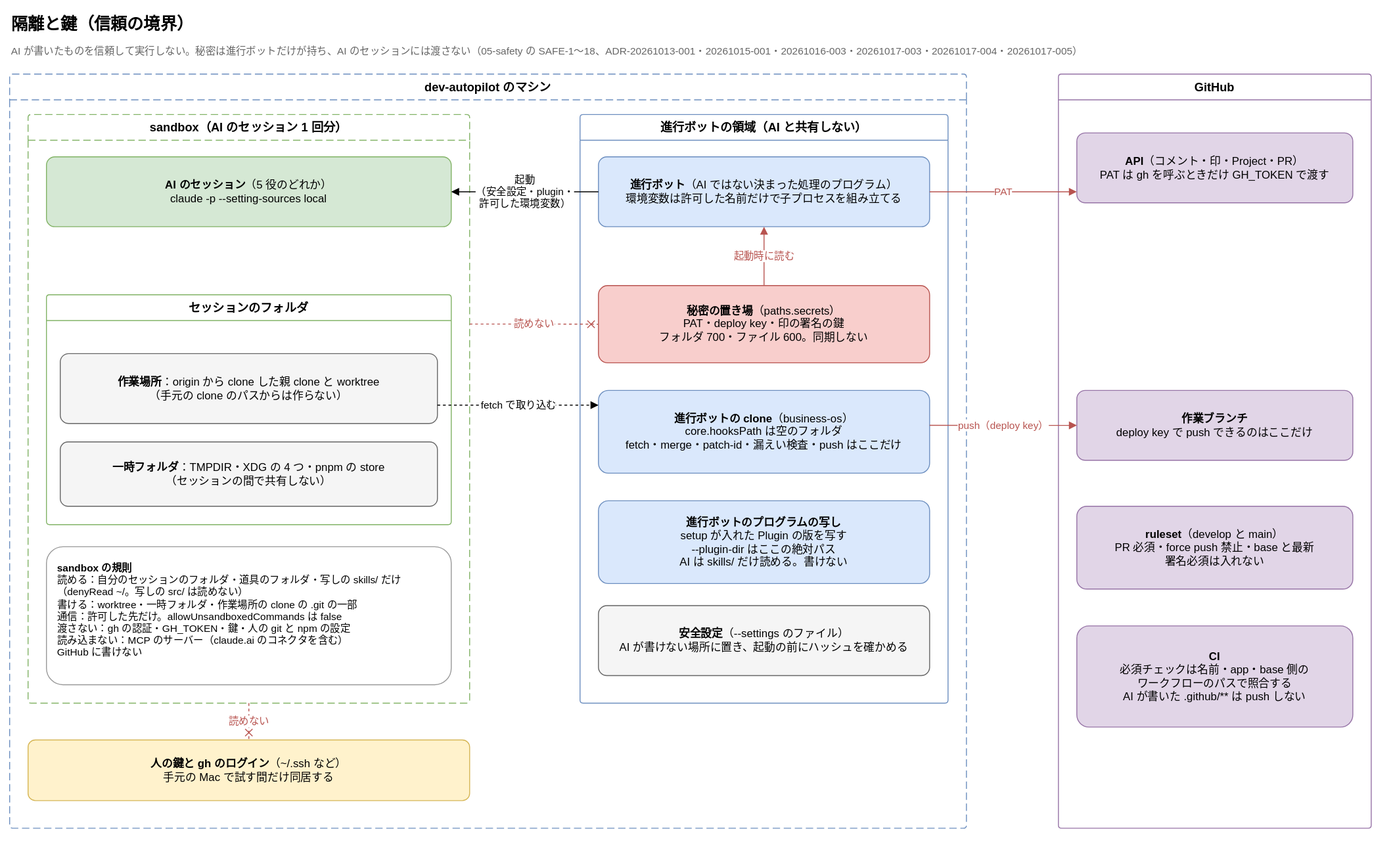
Above: docs/diagrams/isolation-and-keys.drawio.svg in Joymerrevent/dev-autopilot (draw.io), before the change. Source tidied: cells renumbered, new cells last; positions are measured from the earlier drawing's top-left corner, leaving out a move shared by most shapes.
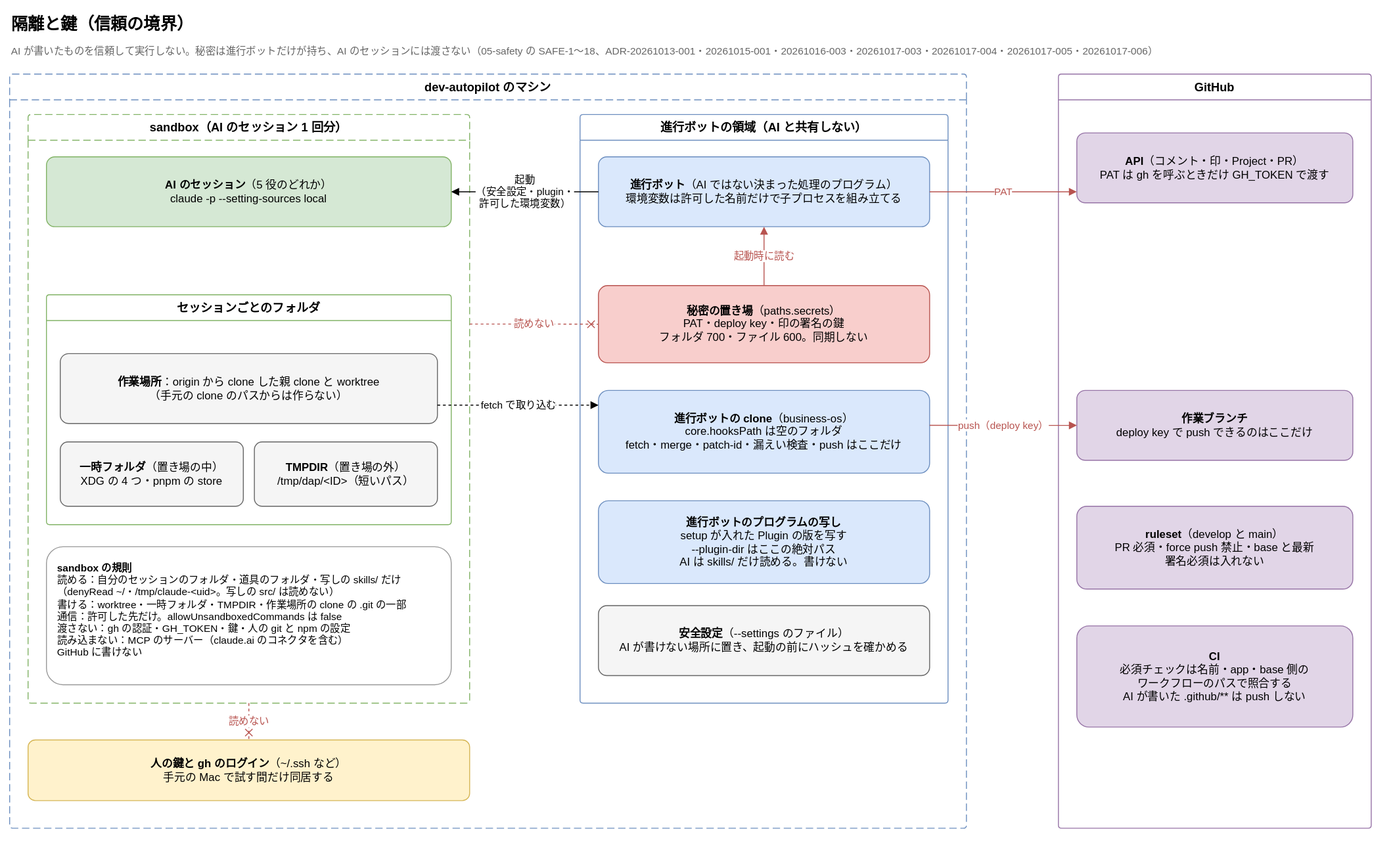
The same diagram one commit later.

Commit message:
docs: 隔離と鍵の図の一時フォルダの箱を、置き場の中と短い TMPDIR に分ける

- 一時フォルダの箱を、置き場の中の一時フォルダ（XDG の 4 つと pnpm の store）と、
  置き場の外の短い TMPDIR の 2 つに分け、枠の名前をセッションごとのフォルダにする
- sandbox の規則に、/tmp/claude-<uid> を読めないことと TMPDIR に書けることを足す

Claude-Session: https://claude.ai/code/session_01D2kLkcEcZNwH8m2GL2g2Lt

Diff of the diagram source:
```diff
@@ -5,7 +5,7 @@
     <mxCell id="2" value="隔離と鍵（信頼の境界）" style="text;html=1;whiteSpace=wrap;align=left;verticalAlign=middle;fontSize=18;fontStyle=1;" parent="1" vertex="1">
       <mxGeometry width="900" height="32" as="geometry" />
     </mxCell>
-    <mxCell id="3" value="AI が書いたものを信頼して実行しない。秘密は進行ボットだけが持ち、AI のセッションには渡さない（05-safety の SAFE-1〜18、ADR-20261013-001・20261015-001・20261016-003・20261017-003・20261017-004・20261017-005）" style="text;html=1;whiteSpace=wrap;align=left;verticalAlign=top;fontSize=11;fontColor=#666666;" parent="1" vertex="1">
+    <mxCell id="3" value="AI が書いたものを信頼して実行しない。秘密は進行ボットだけが持ち、AI のセッションには渡さない（05-safety の SAFE-1〜18、ADR-20261013-001・20261015-001・20261016-003・20261017-003・20261017-004・20261017-005・20261017-006）" style="text;html=1;whiteSpace=wrap;align=left;verticalAlign=top;fontSize=11;fontColor=#666666;" parent="1" vertex="1">
       <mxGeometry y="32" width="1480" height="22" as="geometry" />
     </mxCell>
     <mxCell id="4" value="dev-autopilot のマシン" style="swimlane;startSize=28;html=1;whiteSpace=wrap;rounded=1;arcSize=4;dashed=1;dashPattern=8 4;fontStyle=1;fontSize=13;strokeColor=#6c8ebf;fillColor=none;swimlaneFillColor=none;" parent="1" vertex="1">
@@ -17,16 +17,19 @@
     <mxCell id="6" value="&lt;b&gt;AI のセッション&lt;/b&gt;（5 役のどれか）&lt;br&gt;claude -p --setting-sources local" style="rounded=1;whiteSpace=wrap;html=1;fontSize=12;arcSize=12;fillColor=#d5e8d4;strokeColor=#82b366;spacing=12;" parent="5" vertex="1">
       <mxGeometry x="20" y="46" width="440" height="76" as="geometry" />
     </mxCell>
-    <mxCell id="7" value="セッションのフォルダ" style="swimlane;startSize=28;html=1;whiteSpace=wrap;rounded=1;arcSize=4;fontStyle=1;fontSize=13;strokeColor=#82b366;fillColor=none;swimlaneFillColor=none;" parent="5" vertex="1">
+    <mxCell id="7" value="セッションごとのフォルダ" style="swimlane;startSize=28;html=1;whiteSpace=wrap;rounded=1;arcSize=4;fontStyle=1;fontSize=13;strokeColor=#82b366;fillColor=none;swimlaneFillColor=none;" parent="5" vertex="1">
       <mxGeometry x="20" y="196" width="440" height="250" as="geometry" />
     </mxCell>
     <mxCell id="8" value="&lt;b&gt;作業場所&lt;/b&gt;：origin から clone した親 clone と worktree&lt;br&gt;（手元の clone のパスからは作らない）" style="rounded=1;whiteSpace=wrap;html=1;fontSize=12;arcSize=12;fillColor=#f5f5f5;strokeColor=#666666;spacing=12;" parent="7" vertex="1">
       <mxGeometry x="15" y="64" width="410" height="76" as="geometry" />
     </mxCell>
-    <mxCell id="9" value="&lt;b&gt;一時フォルダ&lt;/b&gt;：TMPDIR・XDG の 4 つ・pnpm の store&lt;br&gt;（セッションの間で共有しない）" style="rounded=1;whiteSpace=wrap;html=1;fontSize=12;arcSize=12;fillColor=#f5f5f5;strokeColor=#666666;spacing=12;" parent="7" vertex="1">
-      <mxGeometry x="15" y="160" width="410" height="70" as="geometry" />
+    <mxCell id="9" value="&lt;b&gt;一時フォルダ&lt;/b&gt;（置き場の中）&lt;br&gt;XDG の 4 つ・pnpm の store" style="rounded=1;whiteSpace=wrap;html=1;fontSize=12;arcSize=12;fillColor=#f5f5f5;strokeColor=#666666;spacing=12;" parent="7" vertex="1">
+      <mxGeometry x="15" y="160" width="199" height="70" as="geometry" />
     </mxCell>
+    <mxCell id="30" value="&lt;b&gt;TMPDIR&lt;/b&gt;（置き場の外）&lt;br&gt;/tmp/dap/&amp;lt;ID&amp;gt;（短いパス）" style="rounded=1;whiteSpace=wrap;html=1;fontSize=12;arcSize=12;fillColor=#f5f5f5;strokeColor=#666666;spacing=12;" parent="7" vertex="1">
+      <mxGeometry x="226" y="160" width="199" height="70" as="geometry" />
+    </mxCell>
-    <mxCell id="10" value="&lt;b&gt;sandbox の規則&lt;/b&gt;&lt;br&gt;読める：自分のセッションのフォルダ・道具のフォルダ・写しの skills/ だけ&lt;br&gt;（denyRead ~/。写しの src/ は読めない）&lt;br&gt;書ける：worktree・一時フォルダ・作業場所の clone の .git の一部&lt;br&gt;通信：許可した先だけ。allowUnsandboxedCommands は false&lt;br&gt;渡さない：gh の認証・GH_TOKEN・鍵・人の git と npm の設定&lt;br&gt;読み込まない：MCP のサーバー（claude.ai のコネクタを含む）&lt;br&gt;GitHub に書けない" style="rounded=1;whiteSpace=wrap;html=1;fontSize=12;arcSize=12;align=left;verticalAlign=top;fontSize=11;fillColor=#ffffff;strokeColor=#999999;spacing=12;" parent="5" vertex="1">
+    <mxCell id="10" value="&lt;b&gt;sandbox の規則&lt;/b&gt;&lt;br&gt;読める：自分のセッションのフォルダ・道具のフォルダ・写しの skills/ だけ&lt;br&gt;（denyRead ~/・/tmp/claude-&amp;lt;uid&amp;gt;。写しの src/ は読めない）&lt;br&gt;書ける：worktree・一時フォルダ・TMPDIR・作業場所の clone の .git の一部&lt;br&gt;通信：許可した先だけ。allowUnsandboxedCommands は false&lt;br&gt;渡さない：gh の認証・GH_TOKEN・鍵・人の git と npm の設定&lt;br&gt;読み込まない：MCP のサーバー（claude.ai のコネクタを含む）&lt;br&gt;GitHub に書けない" style="rounded=1;whiteSpace=wrap;html=1;fontSize=12;arcSize=12;align=left;verticalAlign=top;fontSize=11;fillColor=#ffffff;strokeColor=#999999;spacing=12;" parent="5" vertex="1">
       <mxGeometry x="20" y="470" width="440" height="150" as="geometry" />
     </mxCell>
     <mxCell id="11" value="進行ボットの領域（AI と共有しない）" style="swimlane;startSize=28;html=1;whiteSpace=wrap;rounded=1;arcSize=4;fontStyle=1;fontSize=13;strokeColor=#6c8ebf;fillColor=none;swimlaneFillColor=none;" parent="4" vertex="1">
```
